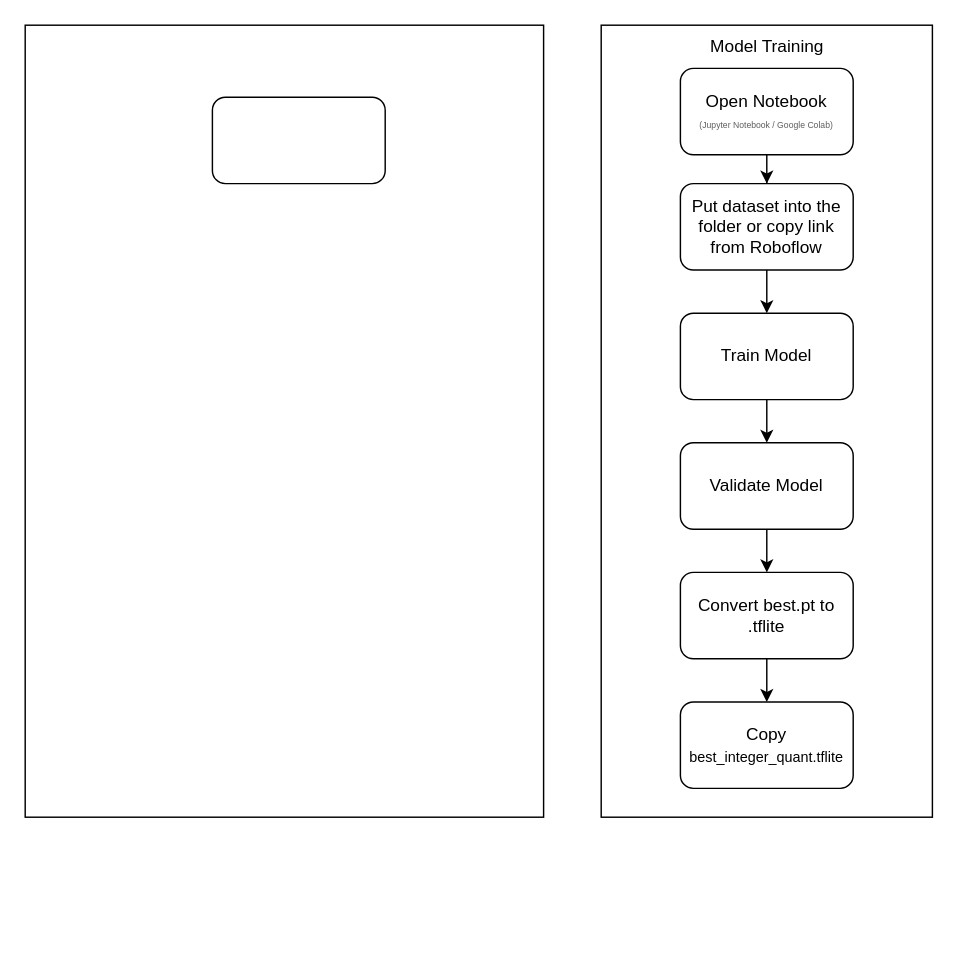
Earlier version of the draw.io diagram ASL.drawio (nixon-dev/nixon-dev). Source tidied: cells renumbered, new cells numbered last; positions are measured from the earlier drawing's top-left corner, leaving out a move shared by most shapes. Both pictures are drawn from the tidied source at 144%, with x=0, y=0 at pixel (24, 24).
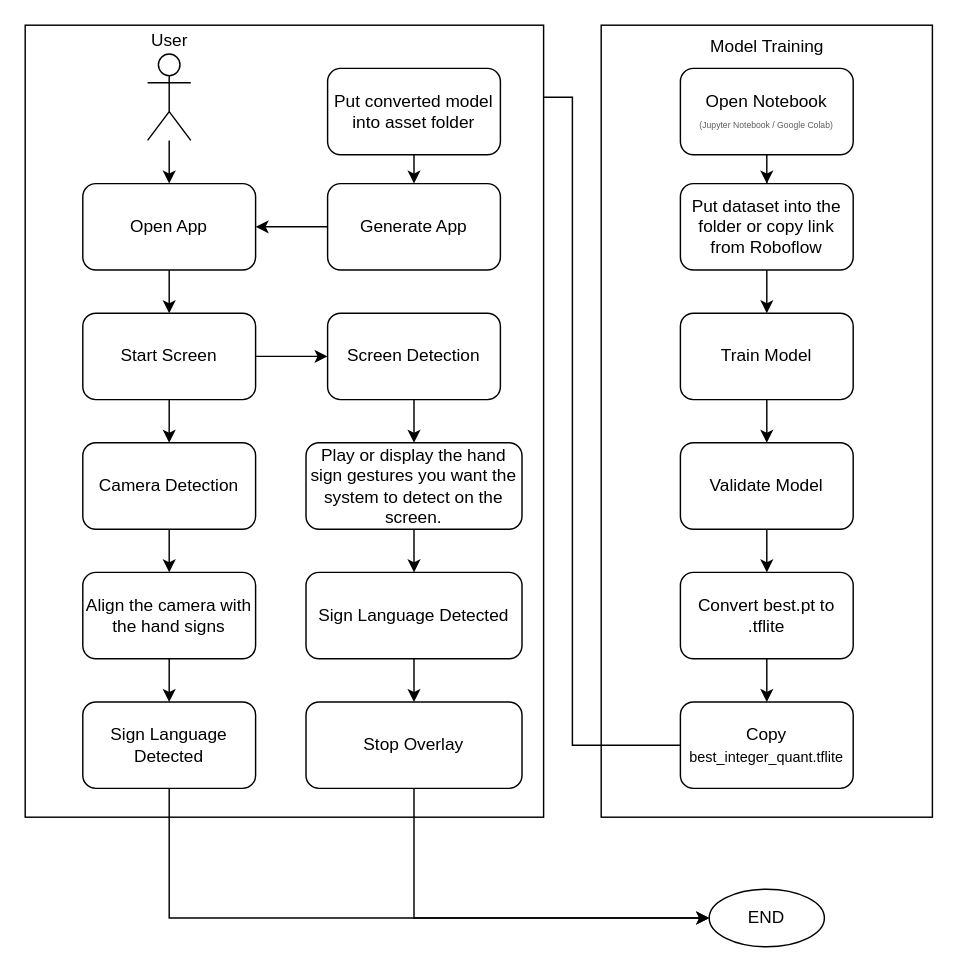
After the change.

The change refers to these unchanged cells:
```xml
<mxCell id="13" value="&lt;font&gt;Copy &lt;/font&gt;&lt;font style=&quot;font-size: 10px;&quot;&gt;best_integer_quant.tflite&lt;/font&gt;" style="whiteSpace=wrap;html=1;rounded=1;" parent="1" vertex="1">
  <mxGeometry x="455" y="470" width="120" height="60" as="geometry" />
</mxCell>
```

Change to the diagram source:
```diff
@@
+    <mxCell id="17" style="edgeStyle=orthogonalEdgeStyle;rounded=0;jettySize=auto;html=1;entryX=1;entryY=0.5;entryDx=0;entryDy=0;" parent="1" edge="1" source="13" target="16">
+      <mxGeometry relative="1" as="geometry">
+        <Array as="points">
+          <mxPoint x="380" y="500" />
+          <mxPoint x="380" y="50" />
+        </Array>
+      </mxGeometry>
+    </mxCell>
@@
+    <mxCell id="18" style="edgeStyle=orthogonalEdgeStyle;rounded=0;jettySize=auto;html=1;" parent="1" edge="1" source="16" target="20">
+      <mxGeometry relative="1" as="geometry">
+        <Array as="points">
+          <mxPoint x="280" y="150" />
+        </Array>
+      </mxGeometry>
+    </mxCell>
-    <mxCell id="16" style="rounded=1;whiteSpace=wrap;html=1;" parent="1" vertex="1">
-      <mxGeometry x="130" y="50" width="120" height="60" as="geometry" />
+    <mxCell id="16" value="Put converted model into asset folder" style="rounded=1;whiteSpace=wrap;html=1;" parent="1" vertex="1">
+      <mxGeometry x="210" y="30" width="120" height="60" as="geometry" />
     </mxCell>
+    <mxCell id="19" style="edgeStyle=orthogonalEdgeStyle;rounded=0;jettySize=auto;html=1;" parent="1" edge="1" source="20" target="22">
+      <mxGeometry relative="1" as="geometry" />
+    </mxCell>
+    <mxCell id="20" value="Generate App" style="rounded=1;whiteSpace=wrap;html=1;" parent="1" vertex="1">
+      <mxGeometry x="210" y="110" width="120" height="60" as="geometry" />
+    </mxCell>
+    <mxCell id="21" style="edgeStyle=orthogonalEdgeStyle;rounded=0;jettySize=auto;html=1;" parent="1" edge="1" source="22" target="27">
+      <mxGeometry relative="1" as="geometry" />
+    </mxCell>
+    <mxCell id="22" value="Open App" style="rounded=1;whiteSpace=wrap;html=1;" parent="1" vertex="1">
+      <mxGeometry x="40" y="110" width="120" height="60" as="geometry" />
+    </mxCell>
+    <mxCell id="23" style="edgeStyle=orthogonalEdgeStyle;rounded=0;jettySize=auto;html=1;" parent="1" edge="1" source="24" target="22">
+      <mxGeometry relative="1" as="geometry" />
+    </mxCell>
+    <mxCell id="24" value="User" style="shape=umlActor;verticalLabelPosition=top;verticalAlign=bottom;html=1;outlineConnect=0;labelPosition=center;align=center;" parent="1" vertex="1">
+      <mxGeometry x="85" y="20" width="30" height="60" as="geometry" />
+    </mxCell>
+    <mxCell id="25" style="edgeStyle=orthogonalEdgeStyle;rounded=0;jettySize=auto;html=1;" parent="1" edge="1" source="27" target="29">
+      <mxGeometry relative="1" as="geometry" />
+    </mxCell>
+    <mxCell id="26" style="edgeStyle=orthogonalEdgeStyle;rounded=0;jettySize=auto;html=1;" parent="1" edge="1" source="27" target="31">
+      <mxGeometry relative="1" as="geometry" />
+    </mxCell>
+    <mxCell id="27" value="Start Screen" style="rounded=1;whiteSpace=wrap;html=1;" parent="1" vertex="1">
+      <mxGeometry x="40" y="200" width="120" height="60" as="geometry" />
+    </mxCell>
+    <mxCell id="28" style="edgeStyle=orthogonalEdgeStyle;rounded=0;jettySize=auto;html=1;" parent="1" edge="1" source="29" target="33">
+      <mxGeometry relative="1" as="geometry" />
+    </mxCell>
+    <mxCell id="29" value="Camera Detection" style="rounded=1;whiteSpace=wrap;html=1;" parent="1" vertex="1">
+      <mxGeometry x="40" y="290" width="120" height="60" as="geometry" />
+    </mxCell>
+    <mxCell id="30" style="edgeStyle=orthogonalEdgeStyle;rounded=0;jettySize=auto;html=1;" parent="1" edge="1" source="31" target="38">
+      <mxGeometry relative="1" as="geometry" />
+    </mxCell>
+    <mxCell id="31" value="Screen Detection" style="rounded=1;whiteSpace=wrap;html=1;" parent="1" vertex="1">
+      <mxGeometry x="210" y="200" width="120" height="60" as="geometry" />
+    </mxCell>
+    <mxCell id="32" style="edgeStyle=orthogonalEdgeStyle;rounded=0;jettySize=auto;html=1;" parent="1" edge="1" source="33" target="35">
+      <mxGeometry relative="1" as="geometry" />
+    </mxCell>
+    <mxCell id="33" value="Align the camera with the hand signs" style="rounded=1;whiteSpace=wrap;html=1;" parent="1" vertex="1">
+      <mxGeometry x="40" y="380" width="120" height="60" as="geometry" />
+    </mxCell>
+    <mxCell id="34" style="edgeStyle=orthogonalEdgeStyle;rounded=0;jettySize=auto;html=1;" parent="1" edge="1" source="35" target="36">
+      <mxGeometry relative="1" as="geometry">
+        <Array as="points">
+          <mxPoint x="100" y="620" />
+        </Array>
+      </mxGeometry>
+    </mxCell>
+    <mxCell id="35" value="Sign Language Detected" style="rounded=1;whiteSpace=wrap;html=1;" parent="1" vertex="1">
+      <mxGeometry x="40" y="470" width="120" height="60" as="geometry" />
+    </mxCell>
+    <mxCell id="36" value="END" style="ellipse;whiteSpace=wrap;html=1;rounded=1;" parent="1" vertex="1">
+      <mxGeometry x="475" y="600" width="80" height="40" as="geometry" />
+    </mxCell>
+    <mxCell id="37" style="edgeStyle=orthogonalEdgeStyle;rounded=0;jettySize=auto;html=1;" parent="1" edge="1" source="38" target="40">
+      <mxGeometry relative="1" as="geometry" />
+    </mxCell>
+    <mxCell id="38" value="Play or display the hand sign gestures you want the system to detect on the screen." style="rounded=1;whiteSpace=wrap;html=1;" parent="1" vertex="1">
+      <mxGeometry x="195" y="290" width="150" height="60" as="geometry" />
+    </mxCell>
+    <mxCell id="39" style="edgeStyle=orthogonalEdgeStyle;rounded=0;jettySize=auto;html=1;" parent="1" edge="1" source="40" target="42">
+      <mxGeometry relative="1" as="geometry" />
+    </mxCell>
+    <mxCell id="40" value="Sign Language Detected" style="rounded=1;whiteSpace=wrap;html=1;" parent="1" vertex="1">
+      <mxGeometry x="195" y="380" width="150" height="60" as="geometry" />
+    </mxCell>
+    <mxCell id="41" style="edgeStyle=orthogonalEdgeStyle;rounded=0;jettySize=auto;html=1;entryX=0;entryY=0.5;entryDx=0;entryDy=0;" parent="1" edge="1" source="42" target="36">
+      <mxGeometry relative="1" as="geometry">
+        <Array as="points">
+          <mxPoint x="270" y="620" />
+        </Array>
+      </mxGeometry>
+    </mxCell>
+    <mxCell id="42" value="Stop Overlay" style="rounded=1;whiteSpace=wrap;html=1;" parent="1" vertex="1">
+      <mxGeometry x="195" y="470" width="150" height="60" as="geometry" />
+    </mxCell>
```
